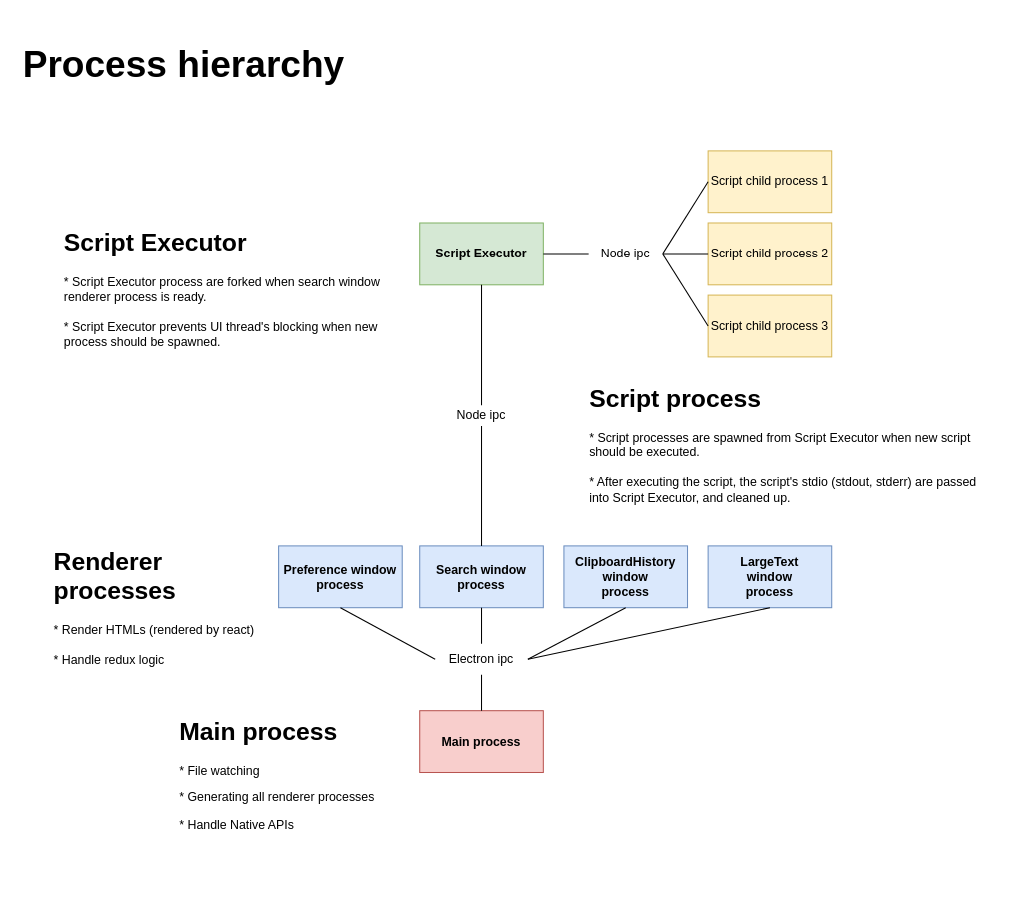
jopemachine-arvis/arvis-stuff keeps this draw.io diagram as imgs/18.drawio. Above is the earlier version. Source tidied: cells renumbered, new cells numbered last; positions are measured from the earlier drawing's top-left corner, leaving out a move shared by most shapes. Both pictures are drawn from the tidied source at 103%, with x=0, y=0 at pixel (18, 28).
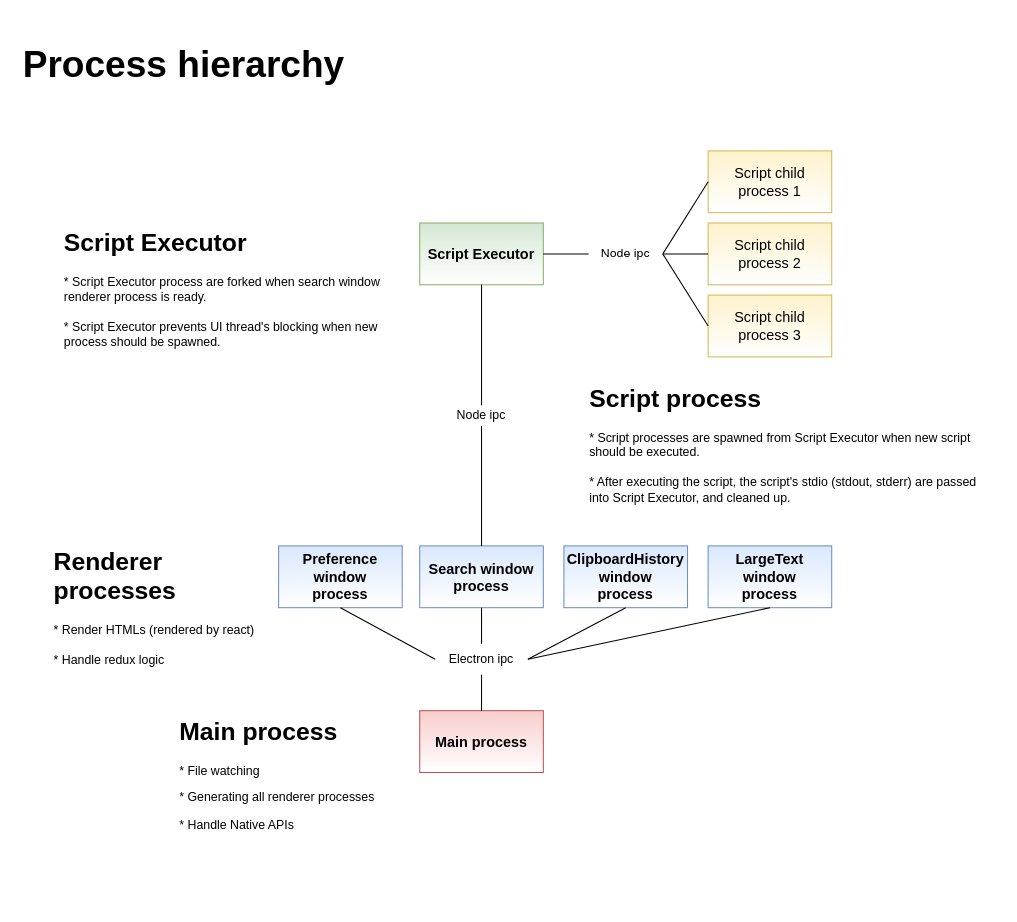
The same diagram, later.

Change to the diagram source:
```diff
@@
-    <mxCell id="2" value="Main process" style="rounded=0;whiteSpace=wrap;html=1;fillColor=#f8cecc;strokeColor=#b85450;fontStyle=1;" parent="1" vertex="1">
+    <mxCell id="2" value="Main process" style="rounded=0;whiteSpace=wrap;html=1;fillColor=#f8cecc;strokeColor=#b85450;fontStyle=1;fontSize=14;gradientColor=#ffffff;" parent="1" vertex="1">
       <mxGeometry x="390" y="662.5" width="120" height="60" as="geometry" />
     </mxCell>
-    <mxCell id="3" value="Search window&lt;br&gt;process" style="rounded=0;whiteSpace=wrap;html=1;fillColor=#dae8fc;strokeColor=#6c8ebf;fontStyle=1;" parent="1" vertex="1">
+    <mxCell id="3" value="Search window&lt;br style=&quot;font-size: 14px;&quot;&gt;process" style="rounded=0;whiteSpace=wrap;html=1;fillColor=#dae8fc;strokeColor=#6c8ebf;fontStyle=1;fontSize=14;gradientColor=#ffffff;" parent="1" vertex="1">
       <mxGeometry x="390" y="502.5" width="120" height="60" as="geometry" />
     </mxCell>
@@
-    <mxCell id="5" value="Preference window&lt;br&gt;process" style="rounded=0;whiteSpace=wrap;html=1;fillColor=#dae8fc;strokeColor=#6c8ebf;fontStyle=1;" parent="1" vertex="1">
+    <mxCell id="5" value="Preference window&lt;br style=&quot;font-size: 14px;&quot;&gt;process" style="rounded=0;whiteSpace=wrap;html=1;fillColor=#dae8fc;strokeColor=#6c8ebf;fontStyle=1;fontSize=14;gradientColor=#ffffff;" parent="1" vertex="1">
       <mxGeometry x="253" y="502.5" width="120" height="60" as="geometry" />
     </mxCell>
@@
-    <mxCell id="9" value="ClipboardHistory window&lt;br&gt;process" style="rounded=0;whiteSpace=wrap;html=1;fillColor=#dae8fc;strokeColor=#6c8ebf;fontStyle=1;" parent="1" vertex="1">
+    <mxCell id="9" value="ClipboardHistory window&lt;br style=&quot;font-size: 14px;&quot;&gt;process" style="rounded=0;whiteSpace=wrap;html=1;fillColor=#dae8fc;strokeColor=#6c8ebf;fontStyle=1;fontSize=14;gradientColor=#ffffff;" parent="1" vertex="1">
       <mxGeometry x="530" y="502.5" width="120" height="60" as="geometry" />
     </mxCell>
@@
-    <mxCell id="11" value="Script Executor" style="rounded=0;whiteSpace=wrap;html=1;fillColor=#d5e8d4;strokeColor=#82b366;fontStyle=1;" parent="1" vertex="1">
+    <mxCell id="11" value="Script Executor" style="rounded=0;whiteSpace=wrap;html=1;fillColor=#d5e8d4;strokeColor=#82b366;fontStyle=1;fontSize=14;gradientColor=#ffffff;" parent="1" vertex="1">
       <mxGeometry x="390" y="189" width="120" height="60" as="geometry" />
     </mxCell>
@@
-    <mxCell id="13" value="Script child process 1" style="rounded=0;whiteSpace=wrap;html=1;fillColor=#fff2cc;strokeColor=#d6b656;" parent="1" vertex="1">
+    <mxCell id="13" value="Script child process 1" style="rounded=0;whiteSpace=wrap;html=1;fillColor=#fff2cc;strokeColor=#d6b656;fontSize=14;gradientColor=#ffffff;" parent="1" vertex="1">
       <mxGeometry x="670" y="119" width="120" height="60" as="geometry" />
     </mxCell>
-    <mxCell id="14" value="Script child process 2" style="rounded=0;whiteSpace=wrap;html=1;fillColor=#fff2cc;strokeColor=#d6b656;" parent="1" vertex="1">
+    <mxCell id="14" value="Script child process 2" style="rounded=0;whiteSpace=wrap;html=1;fillColor=#fff2cc;strokeColor=#d6b656;fontSize=14;gradientColor=#ffffff;" parent="1" vertex="1">
       <mxGeometry x="670" y="189" width="120" height="60" as="geometry" />
     </mxCell>
-    <mxCell id="15" value="Script child process 3" style="rounded=0;whiteSpace=wrap;html=1;fillColor=#fff2cc;strokeColor=#d6b656;" parent="1" vertex="1">
+    <mxCell id="15" value="Script child process 3" style="rounded=0;whiteSpace=wrap;html=1;fillColor=#fff2cc;strokeColor=#d6b656;fontSize=14;gradientColor=#ffffff;" parent="1" vertex="1">
       <mxGeometry x="670" y="259" width="120" height="60" as="geometry" />
     </mxCell>
@@
-    <mxCell id="27" value="LargeText&lt;br&gt;window&lt;br&gt;process" style="rounded=0;whiteSpace=wrap;html=1;fillColor=#dae8fc;strokeColor=#6c8ebf;fontStyle=1;" parent="1" vertex="1">
+    <mxCell id="27" value="LargeText&lt;br style=&quot;font-size: 14px;&quot;&gt;window&lt;br style=&quot;font-size: 14px;&quot;&gt;process" style="rounded=0;whiteSpace=wrap;html=1;fillColor=#dae8fc;strokeColor=#6c8ebf;fontStyle=1;fontSize=14;gradientColor=#ffffff;" parent="1" vertex="1">
       <mxGeometry x="670" y="502.5" width="120" height="60" as="geometry" />
     </mxCell>
```
